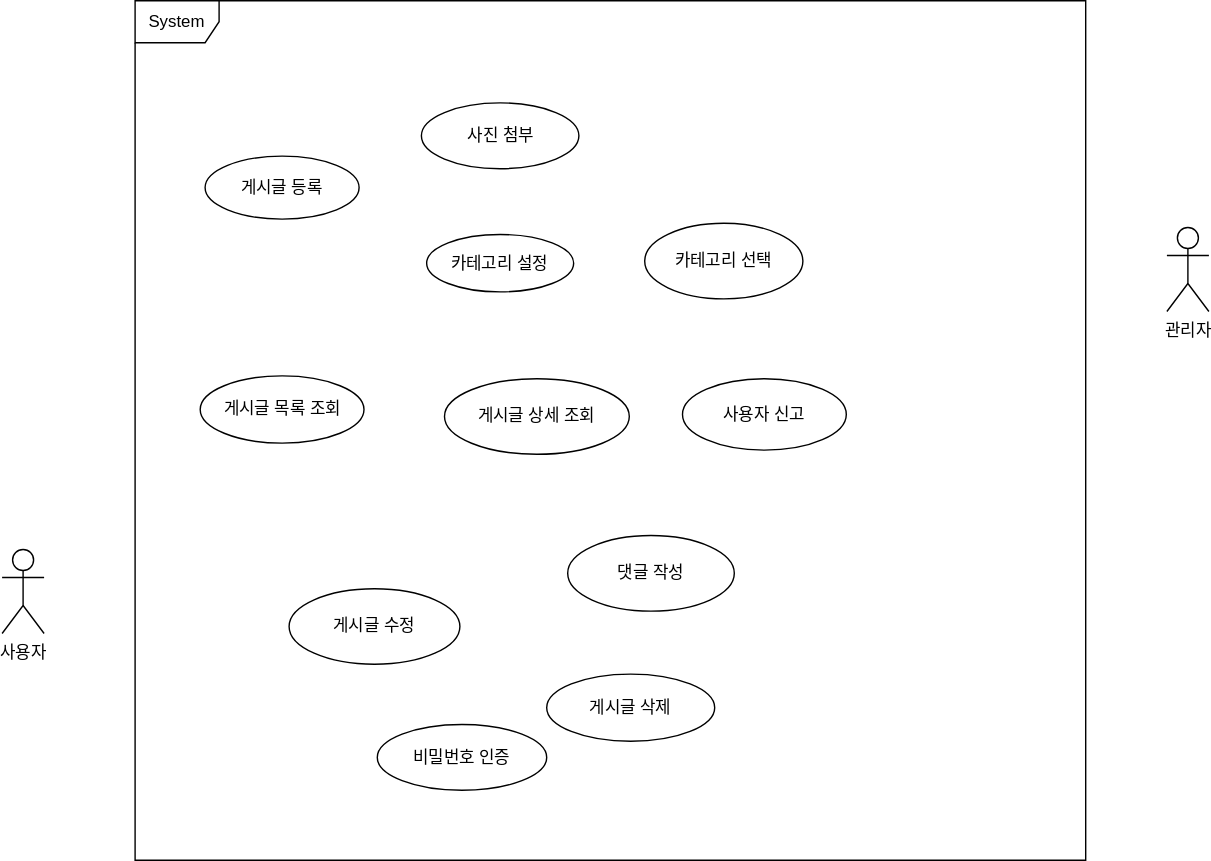
This is 2일차.drawio.svg from hueyjeong/uml-leanring, a draw.io export, as it was before one commit. Source tidied: cells renumbered, new cells last; positions are measured from the earlier drawing's top-left corner, leaving out a move shared by most shapes.
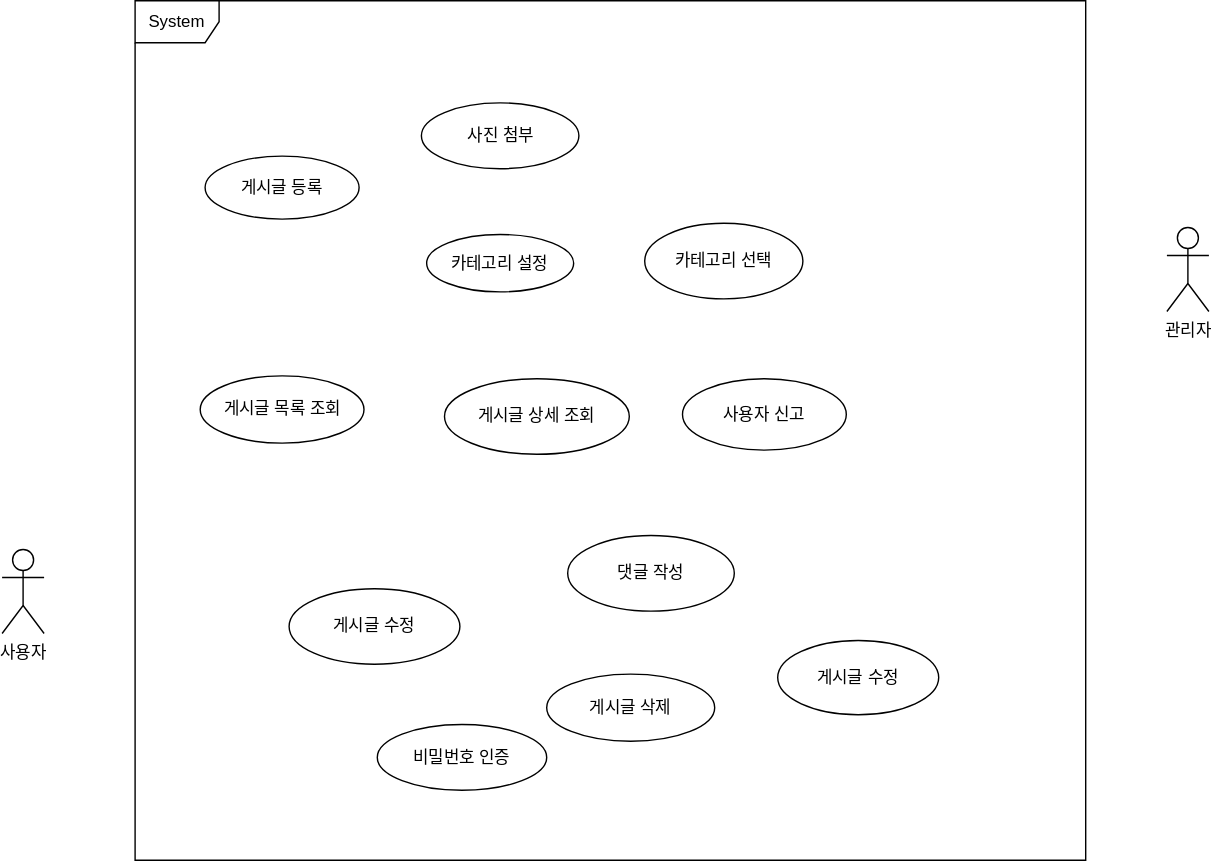
After the change.

Commit message:
2일차.drawio.svg 업데이트

Change to the diagram source:
```diff
@@ -44,5 +44,8 @@
     <mxCell id="15" value="카테고리 선택" style="ellipse;whiteSpace=wrap;html=1;" parent="1" vertex="1">
       <mxGeometry x="459" y="159" width="113" height="54" as="geometry" />
     </mxCell>
+    <mxCell id="16" value="게시글 수정" style="ellipse;whiteSpace=wrap;html=1;" parent="1" vertex="1">
+      <mxGeometry x="554" y="457" width="115" height="53" as="geometry" />
+    </mxCell>
   </root>
 </mxGraphModel>
```
